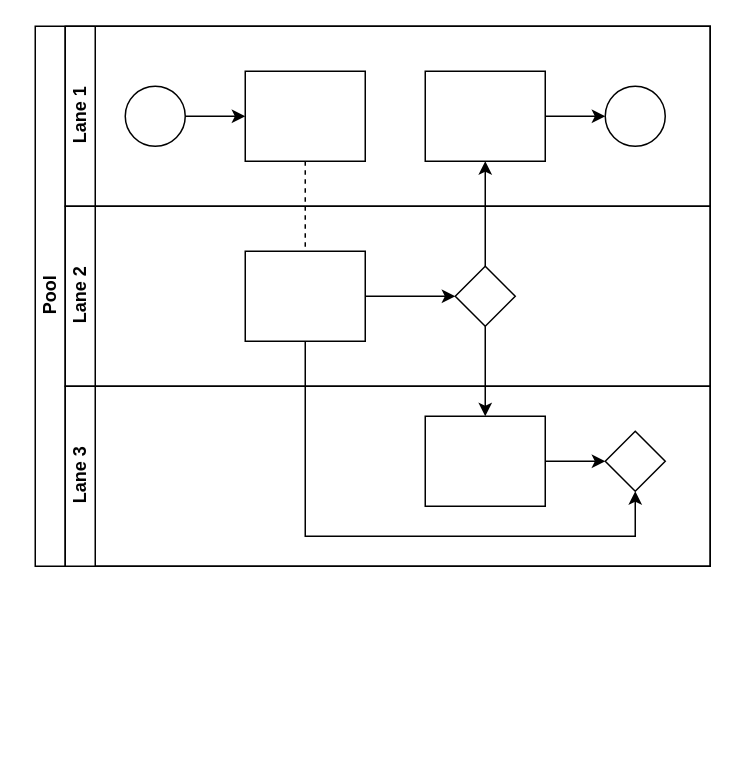
This is Intake.drawio from RustyTruck/plc4trucksduck, a draw.io file, before an edit. Source tidied: cells renumbered, new cells numbered last; positions are measured from the earlier drawing's top-left corner, leaving out a move shared by most shapes. Both pictures are drawn from the tidied source at 150%, with x=0, y=0 at pixel (34, 26).
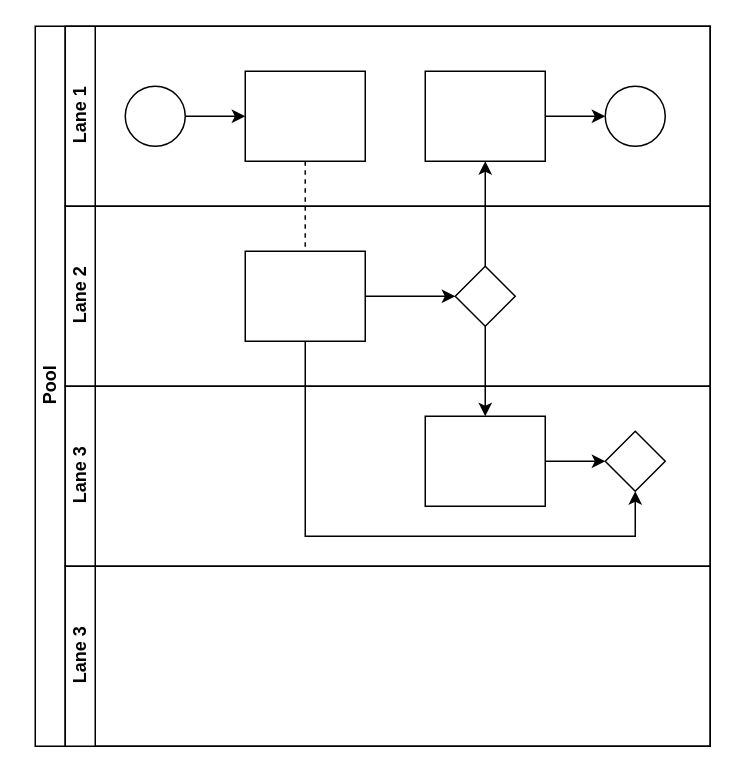
The same diagram, later.

What changed in the source:
```diff
@@
     <mxCell id="2" value="Pool" style="swimlane;html=1;horizontal=0;startSize=20;" parent="1" vertex="1">
-      <mxGeometry width="450" height="360" as="geometry" />
+      <mxGeometry width="450" height="480" as="geometry" />
     </mxCell>
@@
+    <mxCell id="22" value="&#10;&#10;&lt;span style=&quot;color: rgb(0, 0, 0); font-family: helvetica; font-size: 12px; font-style: normal; font-weight: 700; letter-spacing: normal; text-align: center; text-indent: 0px; text-transform: none; word-spacing: 0px; background-color: rgb(255, 255, 255); display: inline; float: none;&quot;&gt;Lane 3&lt;/span&gt;&#10;&#10;" style="swimlane;html=1;startSize=20;horizontal=0;" parent="2" vertex="1">
+      <mxGeometry x="20" y="360" width="430" height="120" as="geometry" />
+    </mxCell>
```
